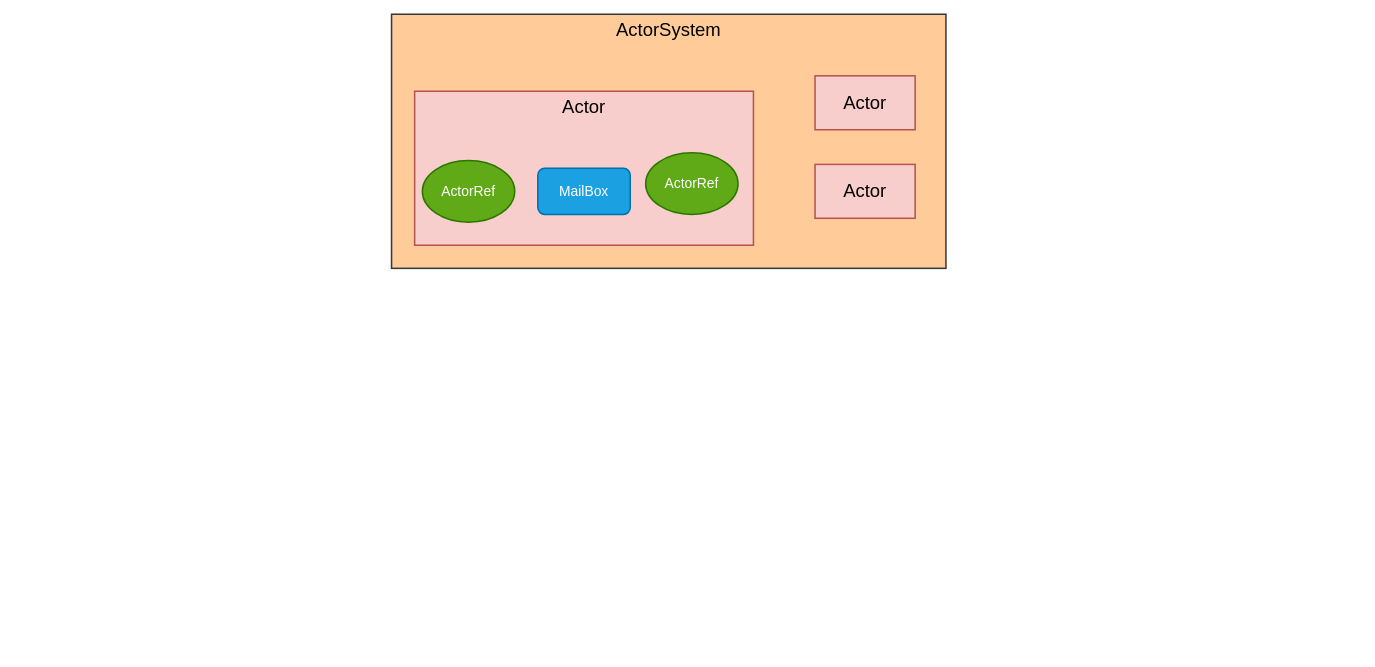
Earlier version of the draw.io diagram Flink.drawio (starzy1990/diagrams). Source tidied: cells renumbered, new cells numbered last; positions are measured from the earlier drawing's top-left corner, leaving out a move shared by most shapes. Both pictures are drawn from the tidied source at 77%, with x=0, y=0 at pixel (391, 14).
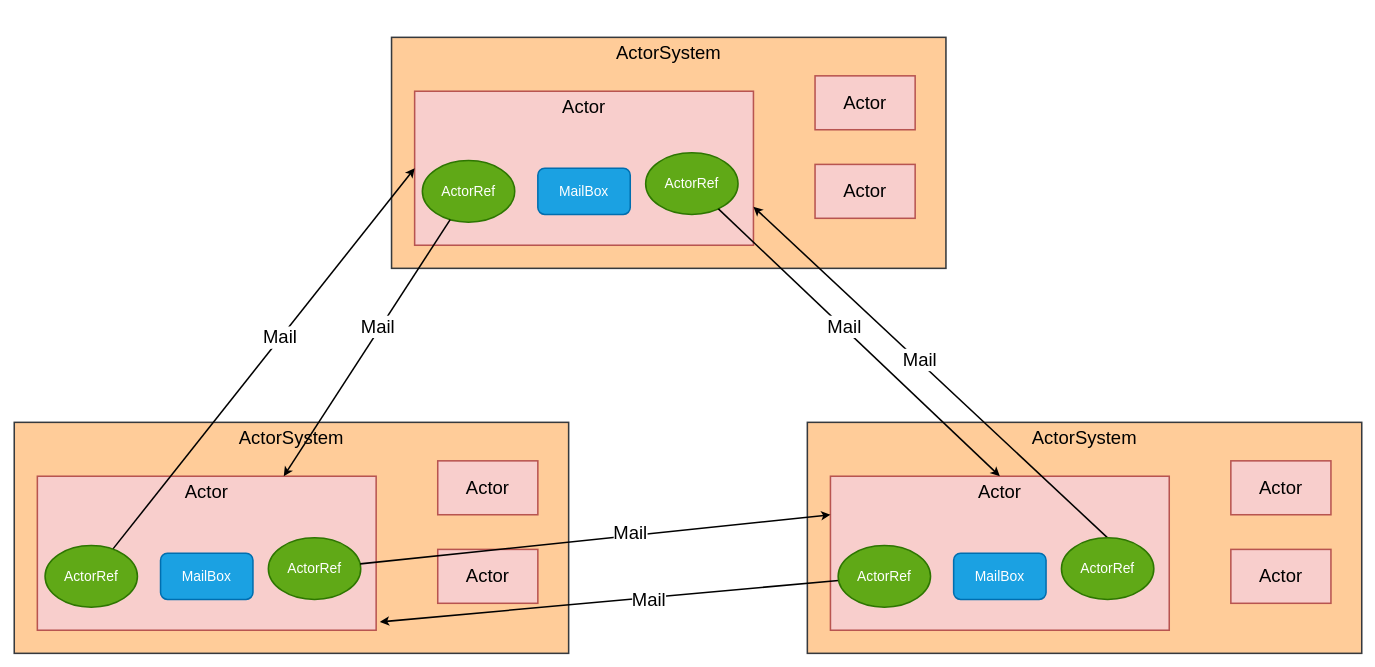
The same page after the edit.

Unchanged cells that the change refers to:
```xml
<mxCell id="3" value="Actor" style="rounded=0;whiteSpace=wrap;html=1;fontSize=24;strokeWidth=2;fillColor=#f8cecc;strokeColor=#b85450;verticalAlign=top;" parent="1" vertex="1">
  <mxGeometry x="30" y="100" width="440" height="200" as="geometry" />
</mxCell>
<mxCell id="4" value="ActorRef" style="ellipse;whiteSpace=wrap;html=1;fontSize=18;strokeWidth=2;fillColor=#60a917;fontColor=#ffffff;strokeColor=#2D7600;" parent="1" vertex="1">
  <mxGeometry x="40" y="190" width="120" height="80" as="geometry" />
</mxCell>
<mxCell id="6" value="ActorRef" style="ellipse;whiteSpace=wrap;html=1;fontSize=18;strokeWidth=2;fillColor=#60a917;fontColor=#ffffff;strokeColor=#2D7600;" parent="1" vertex="1">
  <mxGeometry x="330" y="180" width="120" height="80" as="geometry" />
</mxCell>
```

The edit, as a diff of the source:
```diff
@@
     <mxCell id="2" value="ActorSystem" style="rounded=0;whiteSpace=wrap;html=1;strokeWidth=2;fillColor=#ffcc99;strokeColor=#36393d;verticalAlign=top;fontSize=24;" parent="1" vertex="1">
-      <mxGeometry width="720" height="330" as="geometry" />
+      <mxGeometry y="30" width="720" height="300" as="geometry" />
     </mxCell>
@@
+    <mxCell id="9" value="ActorSystem" style="rounded=0;whiteSpace=wrap;html=1;strokeWidth=2;fillColor=#ffcc99;strokeColor=#36393d;verticalAlign=top;fontSize=24;" parent="1" vertex="1">
+      <mxGeometry x="-490" y="530" width="720" height="300" as="geometry" />
+    </mxCell>
+    <mxCell id="10" value="Actor" style="rounded=0;whiteSpace=wrap;html=1;fontSize=24;strokeWidth=2;fillColor=#f8cecc;strokeColor=#b85450;verticalAlign=top;" parent="1" vertex="1">
+      <mxGeometry x="-460" y="600" width="440" height="200" as="geometry" />
+    </mxCell>
+    <mxCell id="11" style="rounded=0;jettySize=auto;html=1;entryX=0;entryY=0.5;entryDx=0;entryDy=0;fontSize=24;strokeWidth=2;" parent="1" edge="1" source="13" target="3">
+      <mxGeometry relative="1" as="geometry" />
+    </mxCell>
+    <mxCell id="12" value="Mail" style="edgeLabel;html=1;align=center;verticalAlign=middle;fontSize=24;" parent="11" vertex="1">
+      <mxGeometry x="0.11" y="1" relative="1" as="geometry" />
+    </mxCell>
+    <mxCell id="13" value="ActorRef" style="ellipse;whiteSpace=wrap;html=1;fontSize=18;strokeWidth=2;fillColor=#60a917;fontColor=#ffffff;strokeColor=#2D7600;" parent="1" vertex="1">
+      <mxGeometry x="-450" y="690" width="120" height="80" as="geometry" />
+    </mxCell>
+    <mxCell id="14" value="MailBox" style="rounded=1;whiteSpace=wrap;html=1;fontSize=18;strokeWidth=2;fillColor=#1ba1e2;fontColor=#ffffff;strokeColor=#006EAF;" parent="1" vertex="1">
+      <mxGeometry x="-300" y="700" width="120" height="60" as="geometry" />
+    </mxCell>
+    <mxCell id="15" value="ActorRef" style="ellipse;whiteSpace=wrap;html=1;fontSize=18;strokeWidth=2;fillColor=#60a917;fontColor=#ffffff;strokeColor=#2D7600;" parent="1" vertex="1">
+      <mxGeometry x="-160" y="680" width="120" height="80" as="geometry" />
+    </mxCell>
+    <mxCell id="16" value="Actor" style="rounded=0;whiteSpace=wrap;html=1;fontSize=24;strokeWidth=2;fillColor=#f8cecc;strokeColor=#b85450;" parent="1" vertex="1">
+      <mxGeometry x="60" y="580" width="130" height="70" as="geometry" />
+    </mxCell>
+    <mxCell id="17" value="Actor" style="rounded=0;whiteSpace=wrap;html=1;fontSize=24;strokeWidth=2;fillColor=#f8cecc;strokeColor=#b85450;" parent="1" vertex="1">
+      <mxGeometry x="60" y="695" width="130" height="70" as="geometry" />
+    </mxCell>
+    <mxCell id="18" value="ActorSystem" style="rounded=0;whiteSpace=wrap;html=1;strokeWidth=2;fillColor=#ffcc99;strokeColor=#36393d;verticalAlign=top;fontSize=24;" parent="1" vertex="1">
+      <mxGeometry x="540" y="530" width="720" height="300" as="geometry" />
+    </mxCell>
+    <mxCell id="19" value="Actor" style="rounded=0;whiteSpace=wrap;html=1;fontSize=24;strokeWidth=2;fillColor=#f8cecc;strokeColor=#b85450;verticalAlign=top;" parent="1" vertex="1">
+      <mxGeometry x="570" y="600" width="440" height="200" as="geometry" />
+    </mxCell>
+    <mxCell id="20" style="edgeStyle=none;rounded=0;jettySize=auto;html=1;fontSize=24;strokeWidth=2;exitX=0.5;exitY=0;exitDx=0;exitDy=0;entryX=1;entryY=0.75;entryDx=0;entryDy=0;" parent="1" edge="1" source="26" target="3">
+      <mxGeometry relative="1" as="geometry" />
+    </mxCell>
+    <mxCell id="21" value="Mail" style="edgeLabel;html=1;align=center;verticalAlign=middle;fontSize=24;" parent="20" vertex="1">
+      <mxGeometry x="0.07" y="-2" relative="1" as="geometry" />
+    </mxCell>
+    <mxCell id="22" style="edgeStyle=none;rounded=0;jettySize=auto;html=1;entryX=1.011;entryY=0.946;entryDx=0;entryDy=0;entryPerimeter=0;fontSize=24;strokeWidth=2;" parent="1" edge="1" source="24" target="10">
+      <mxGeometry relative="1" as="geometry" />
+    </mxCell>
+    <mxCell id="23" value="Mail" style="edgeLabel;html=1;align=center;verticalAlign=middle;fontSize=24;" parent="22" vertex="1">
+      <mxGeometry x="-0.17" y="3" relative="1" as="geometry" />
+    </mxCell>
+    <mxCell id="24" value="ActorRef" style="ellipse;whiteSpace=wrap;html=1;fontSize=18;strokeWidth=2;fillColor=#60a917;fontColor=#ffffff;strokeColor=#2D7600;" parent="1" vertex="1">
+      <mxGeometry x="580" y="690" width="120" height="80" as="geometry" />
+    </mxCell>
+    <mxCell id="25" value="MailBox" style="rounded=1;whiteSpace=wrap;html=1;fontSize=18;strokeWidth=2;fillColor=#1ba1e2;fontColor=#ffffff;strokeColor=#006EAF;" parent="1" vertex="1">
+      <mxGeometry x="730" y="700" width="120" height="60" as="geometry" />
+    </mxCell>
+    <mxCell id="26" value="ActorRef" style="ellipse;whiteSpace=wrap;html=1;fontSize=18;strokeWidth=2;fillColor=#60a917;fontColor=#ffffff;strokeColor=#2D7600;" parent="1" vertex="1">
+      <mxGeometry x="870" y="680" width="120" height="80" as="geometry" />
+    </mxCell>
+    <mxCell id="27" value="Actor" style="rounded=0;whiteSpace=wrap;html=1;fontSize=24;strokeWidth=2;fillColor=#f8cecc;strokeColor=#b85450;" parent="1" vertex="1">
+      <mxGeometry x="1090" y="580" width="130" height="70" as="geometry" />
+    </mxCell>
+    <mxCell id="28" value="Actor" style="rounded=0;whiteSpace=wrap;html=1;fontSize=24;strokeWidth=2;fillColor=#f8cecc;strokeColor=#b85450;" parent="1" vertex="1">
+      <mxGeometry x="1090" y="695" width="130" height="70" as="geometry" />
+    </mxCell>
+    <mxCell id="29" style="edgeStyle=none;rounded=0;jettySize=auto;html=1;fontSize=24;strokeWidth=2;" parent="1" edge="1" source="4">
+      <mxGeometry relative="1" as="geometry">
+        <mxPoint x="-140" y="600" as="targetPoint" />
+      </mxGeometry>
+    </mxCell>
+    <mxCell id="30" value="Mail" style="edgeLabel;html=1;align=center;verticalAlign=middle;fontSize=24;" parent="29" vertex="1">
+      <mxGeometry x="-0.16" y="-3" relative="1" as="geometry">
+        <mxPoint x="-1" as="offset" />
+      </mxGeometry>
+    </mxCell>
+    <mxCell id="31" style="edgeStyle=none;rounded=0;jettySize=auto;html=1;entryX=0.5;entryY=0;entryDx=0;entryDy=0;fontSize=24;strokeWidth=2;" parent="1" edge="1" source="6" target="19">
+      <mxGeometry relative="1" as="geometry" />
+    </mxCell>
+    <mxCell id="32" value="Mail" style="edgeLabel;html=1;align=center;verticalAlign=middle;fontSize=24;" parent="31" vertex="1">
+      <mxGeometry x="-0.11" y="2" relative="1" as="geometry">
+        <mxPoint x="-1" as="offset" />
+      </mxGeometry>
+    </mxCell>
+    <mxCell id="33" style="edgeStyle=none;rounded=0;jettySize=auto;html=1;entryX=0;entryY=0.25;entryDx=0;entryDy=0;fontSize=24;strokeWidth=2;" parent="1" edge="1" source="15" target="19">
+      <mxGeometry relative="1" as="geometry" />
+    </mxCell>
+    <mxCell id="34" value="Mail" style="edgeLabel;html=1;align=center;verticalAlign=middle;fontSize=24;" parent="33" vertex="1">
+      <mxGeometry x="0.15" y="4" relative="1" as="geometry" />
+    </mxCell>
```
